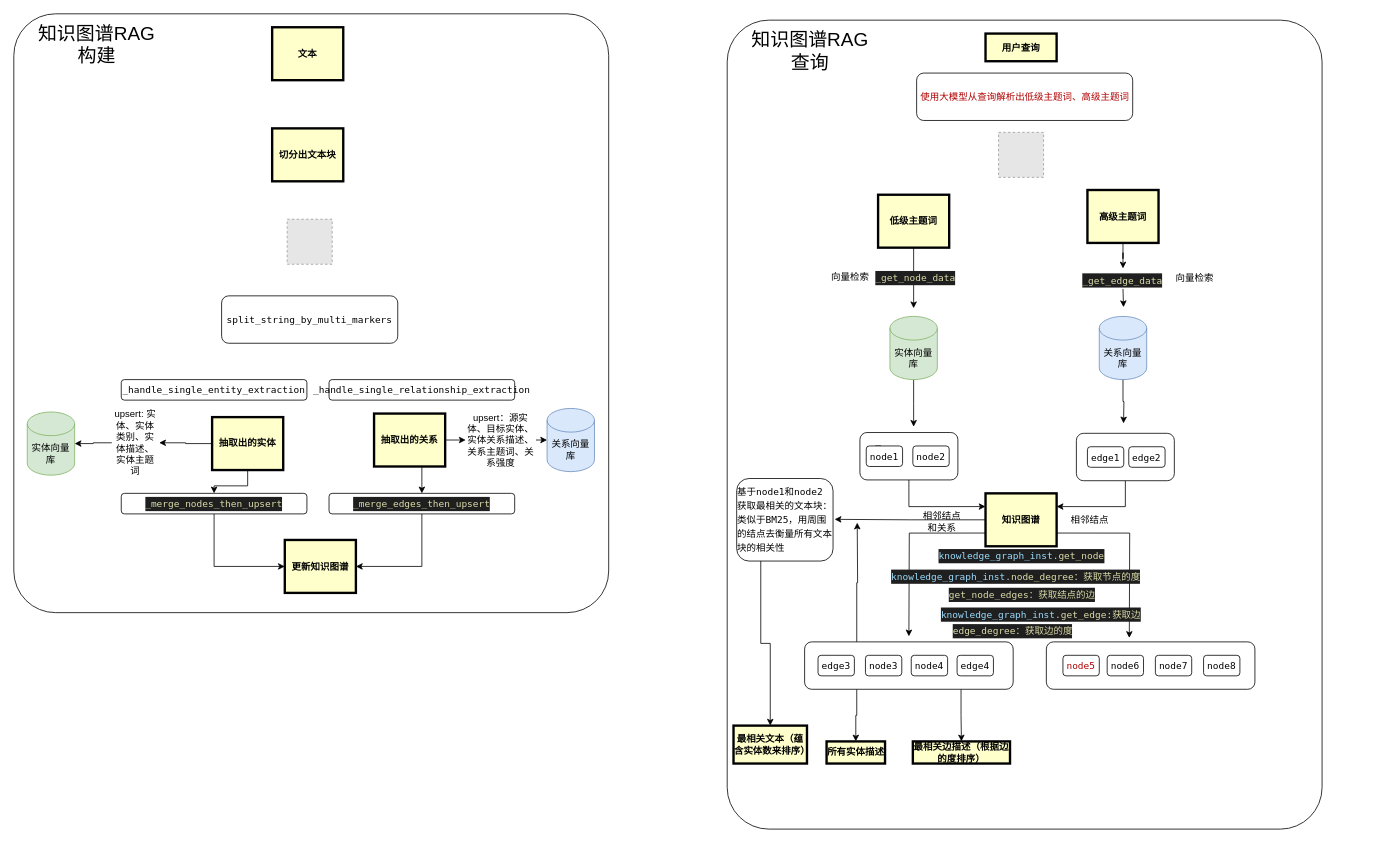
The draw.io diagram 知识图谱RAG.drawio in liweizhen111/GIt-GitHub_Note, before the edit. Source tidied: cells renumbered, new cells numbered last; positions are measured from the earlier drawing's top-left corner, leaving out a move shared by most shapes. Both pictures are drawn from the tidied source at 79%, with x=0, y=0 at pixel (13, 13). Pictures stored in the file or linked from it are replaced by grey dashed boxes.
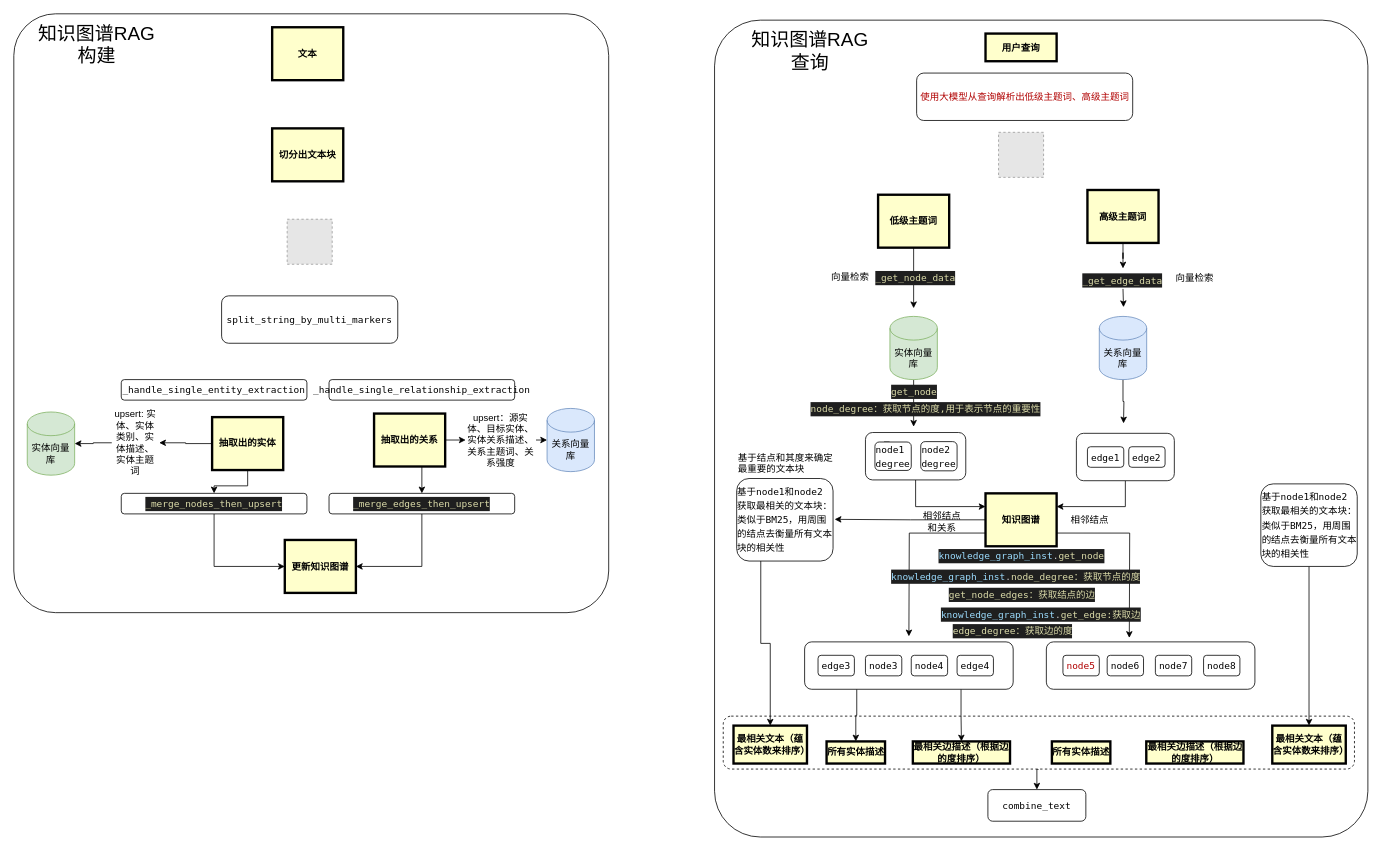
After the change.

Commit message:
更新知识图谱RAG.drawio

Unchanged cells that the change refers to:
```xml
<mxCell id="61" value="&lt;div style=&quot;text-align: start; font-family: Menlo, Monaco, &amp;quot;Courier New&amp;quot;, monospace; line-height: 18px; white-space: pre;&quot;&gt;&lt;br&gt;&lt;/div&gt;" style="rounded=1;whiteSpace=wrap;html=1;" parent="1" vertex="1">
  <mxGeometry x="1001" y="795" width="264" height="60" as="geometry" />
</mxCell>
```

The edit, as a diff of the source:
```diff
@@
+    <mxCell id="23" style="rounded=1;whiteSpace=wrap;html=1;arcSize=7;" parent="1" vertex="1">
+      <mxGeometry x="887" y="8" width="827" height="1034" as="geometry" />
+    </mxCell>
+    <mxCell id="84" style="edgeStyle=orthogonalEdgeStyle;rounded=0;jettySize=auto;html=1;exitX=0.5;exitY=1;exitDx=0;exitDy=0;entryX=0.5;entryY=0;entryDx=0;entryDy=0;" parent="1" edge="1" source="85" target="91">
+      <mxGeometry relative="1" as="geometry" />
+    </mxCell>
+    <mxCell id="85" style="rounded=1;whiteSpace=wrap;html=1;dashed=1;" parent="1" vertex="1">
+      <mxGeometry x="898" y="889" width="799" height="67" as="geometry" />
+    </mxCell>
@@
-    <mxCell id="23" style="rounded=1;whiteSpace=wrap;html=1;arcSize=7;" parent="1" vertex="1">
-      <mxGeometry x="903" y="8" width="753" height="1024" as="geometry" />
-    </mxCell>
@@
     <mxCell id="50" value="&lt;div style=&quot;text-align: start; font-family: Menlo, Monaco, &amp;quot;Courier New&amp;quot;, monospace; line-height: 18px; white-space: pre;&quot;&gt;&lt;br&gt;&lt;/div&gt;" style="rounded=1;whiteSpace=wrap;html=1;" parent="1" vertex="1">
-      <mxGeometry x="1071" y="530" width="124" height="60" as="geometry" />
+      <mxGeometry x="1078" y="530" width="127" height="60" as="geometry" />
     </mxCell>
@@
-    <mxCell id="52" value="&lt;div style=&quot;text-align: start; font-family: Menlo, Monaco, &amp;quot;Courier New&amp;quot;, monospace; line-height: 18px; white-space: pre;&quot;&gt;&lt;div style=&quot;line-height: 18px;&quot;&gt;&lt;span style=&quot;color: rgb(0, 0, 0);&quot;&gt;node1&lt;/span&gt;&lt;/div&gt;&lt;/div&gt;" style="rounded=1;whiteSpace=wrap;html=1;" parent="1" vertex="1">
-      <mxGeometry x="1079" y="547" width="46" height="26" as="geometry" />
+    <mxCell id="52" value="&lt;div style=&quot;text-align: start; font-family: Menlo, Monaco, &amp;quot;Courier New&amp;quot;, monospace; line-height: 18px; white-space: pre;&quot;&gt;&lt;div style=&quot;line-height: 18px;&quot;&gt;&lt;span style=&quot;color: rgb(0, 0, 0);&quot;&gt;node1&lt;/span&gt;&lt;/div&gt;&lt;div style=&quot;line-height: 18px;&quot;&gt;&lt;span style=&quot;color: rgb(0, 0, 0);&quot;&gt;degree&lt;/span&gt;&lt;/div&gt;&lt;/div&gt;" style="rounded=1;whiteSpace=wrap;html=1;" parent="1" vertex="1">
+      <mxGeometry x="1090" y="542" width="46" height="36" as="geometry" />
     </mxCell>
-    <mxCell id="53" value="&lt;div style=&quot;text-align: start; font-family: Menlo, Monaco, &amp;quot;Courier New&amp;quot;, monospace; line-height: 18px; white-space: pre;&quot;&gt;&lt;div style=&quot;line-height: 18px;&quot;&gt;&lt;span style=&quot;color: rgb(0, 0, 0);&quot;&gt;node2&lt;/span&gt;&lt;/div&gt;&lt;/div&gt;" style="rounded=1;whiteSpace=wrap;html=1;" parent="1" vertex="1">
-      <mxGeometry x="1138" y="547" width="46" height="26" as="geometry" />
+    <mxCell id="53" value="&lt;div style=&quot;text-align: start; font-family: Menlo, Monaco, &amp;quot;Courier New&amp;quot;, monospace; line-height: 18px; white-space: pre;&quot;&gt;&lt;div style=&quot;line-height: 18px;&quot;&gt;&lt;span style=&quot;color: rgb(0, 0, 0);&quot;&gt;node2&lt;/span&gt;&lt;/div&gt;&lt;div style=&quot;line-height: 18px;&quot;&gt;&lt;span style=&quot;color: rgb(0, 0, 0);&quot;&gt;degree&lt;/span&gt;&lt;/div&gt;&lt;/div&gt;" style="rounded=1;whiteSpace=wrap;html=1;" parent="1" vertex="1">
+      <mxGeometry x="1148" y="541.5" width="46" height="37" as="geometry" />
     </mxCell>
@@
-    <mxCell id="58" style="edgeStyle=orthogonalEdgeStyle;rounded=0;jettySize=auto;html=1;exitX=0.25;exitY=0;exitDx=0;exitDy=0;" parent="1" edge="1" source="61">
-      <mxGeometry relative="1" as="geometry">
-        <mxPoint x="1067.6" y="644.1" as="targetPoint" />
-      </mxGeometry>
-    </mxCell>
@@
-    <mxCell id="75" value="&lt;div style=&quot;font-style: normal; font-variant-caps: normal; font-weight: normal; letter-spacing: normal; text-align: start; text-indent: 0px; text-transform: none; word-spacing: 0px; -webkit-text-stroke-width: 0px; text-decoration: none; color: rgb(204, 204, 204); background-color: rgb(31, 31, 31); font-family: Menlo, Monaco, &amp;quot;Courier New&amp;quot;, monospace; font-size: 12px; line-height: 18px; white-space: pre;&quot;&gt;&lt;div&gt;&lt;span style=&quot;color: rgb(156, 220, 254);&quot;&gt;knowledge_graph_inst&lt;/span&gt;&lt;span style=&quot;color: rgb(204, 204, 204);&quot;&gt;.&lt;/span&gt;&lt;span style=&quot;color: rgb(220, 220, 170);&quot;&gt;node_degree：获取节点的度&lt;/span&gt;&lt;/div&gt;&lt;/div&gt;" style="text;whiteSpace=wrap;html=1;" parent="1" vertex="1">
+    <mxCell id="75" value="&lt;div style=&quot;font-style: normal; font-variant-caps: normal; font-weight: normal; letter-spacing: normal; text-align: start; text-indent: 0px; text-transform: none; word-spacing: 0px; -webkit-text-stroke-width: 0px; text-decoration: none; color: rgb(204, 204, 204); background-color: rgb(31, 31, 31); font-family: Menlo, Monaco, &amp;quot;Courier New&amp;quot;, monospace; font-size: 12px; line-height: 18px; white-space: pre;&quot;&gt;&lt;span style=&quot;color: rgb(156, 220, 254);&quot;&gt;knowledge_graph_inst&lt;/span&gt;&lt;span style=&quot;caret-color: rgb(204, 204, 204); color: rgb(204, 204, 204);&quot;&gt;.&lt;/span&gt;&lt;span style=&quot;color: rgb(220, 220, 170);&quot;&gt;node_degree：获取节点的度&lt;/span&gt;&lt;br&gt;&lt;/div&gt;" style="text;whiteSpace=wrap;html=1;" parent="1" vertex="1">
       <mxGeometry x="1109" y="697" width="323" height="23.1" as="geometry" />
     </mxCell>
@@
+    <mxCell id="86" value="最相关文本（蕴含实体数来排序）" style="whiteSpace=wrap;align=center;verticalAlign=middle;fontStyle=1;strokeWidth=3;fillColor=#FFFFCC;" parent="1" vertex="1">
+      <mxGeometry x="1593" y="901" width="93" height="48" as="geometry" />
+    </mxCell>
+    <mxCell id="87" value="所有实体描述" style="whiteSpace=wrap;align=center;verticalAlign=middle;fontStyle=1;strokeWidth=3;fillColor=#FFFFCC;" parent="1" vertex="1">
+      <mxGeometry x="1314" y="921" width="74" height="28" as="geometry" />
+    </mxCell>
+    <mxCell id="88" value="最相关边描述（根据边的度排序）" style="whiteSpace=wrap;align=center;verticalAlign=middle;fontStyle=1;strokeWidth=3;fillColor=#FFFFCC;" parent="1" vertex="1">
+      <mxGeometry x="1433.5" y="921" width="123" height="28" as="geometry" />
+    </mxCell>
+    <mxCell id="89" style="edgeStyle=orthogonalEdgeStyle;rounded=0;jettySize=auto;html=1;exitX=0.5;exitY=1;exitDx=0;exitDy=0;entryX=0.5;entryY=0;entryDx=0;entryDy=0;" parent="1" edge="1" source="90" target="86">
+      <mxGeometry relative="1" as="geometry" />
+    </mxCell>
+    <mxCell id="90" value="&lt;div style=&quot;text-align: start; font-family: Menlo, Monaco, &amp;quot;Courier New&amp;quot;, monospace; line-height: 18px; white-space: pre;&quot;&gt;基于node1和node2&lt;/div&gt;&lt;div style=&quot;text-align: start; font-family: Menlo, Monaco, &amp;quot;Courier New&amp;quot;, monospace; line-height: 18px; white-space: pre;&quot;&gt;获取最相关的文本块：&lt;/div&gt;&lt;div style=&quot;text-align: start; font-family: Menlo, Monaco, &amp;quot;Courier New&amp;quot;, monospace; line-height: 18px; white-space: pre;&quot;&gt;类似于BM25，用周围&lt;/div&gt;&lt;div style=&quot;text-align: start; font-family: Menlo, Monaco, &amp;quot;Courier New&amp;quot;, monospace; line-height: 18px; white-space: pre;&quot;&gt;的结点去衡量所有文本&lt;/div&gt;&lt;div style=&quot;text-align: start; font-family: Menlo, Monaco, &amp;quot;Courier New&amp;quot;, monospace; line-height: 18px; white-space: pre;&quot;&gt;块的相关性&lt;/div&gt;" style="rounded=1;whiteSpace=wrap;html=1;" parent="1" vertex="1">
+      <mxGeometry x="1578.5" y="595" width="122" height="104.5" as="geometry" />
+    </mxCell>
+    <mxCell id="91" value="&lt;div style=&quot;text-align: start; font-family: Menlo, Monaco, &amp;quot;Courier New&amp;quot;, monospace; line-height: 18px; white-space: pre;&quot;&gt;combine_text&lt;/div&gt;" style="rounded=1;whiteSpace=wrap;html=1;" parent="1" vertex="1">
+      <mxGeometry x="1233" y="982" width="124" height="40" as="geometry" />
+    </mxCell>
+    <mxCell id="92" value="&lt;div style=&quot;font-style: normal; font-variant-caps: normal; font-weight: normal; letter-spacing: normal; text-align: start; text-indent: 0px; text-transform: none; word-spacing: 0px; -webkit-text-stroke-width: 0px; text-decoration: none; color: rgb(204, 204, 204); background-color: rgb(31, 31, 31); font-family: Menlo, Monaco, &amp;quot;Courier New&amp;quot;, monospace; font-size: 12px; line-height: 18px; white-space: pre;&quot;&gt;&lt;div&gt;&lt;span style=&quot;color: rgb(220, 220, 170);&quot;&gt;get_node&lt;/span&gt;&lt;/div&gt;&lt;/div&gt;" style="text;whiteSpace=wrap;html=1;" parent="1" vertex="1">
+      <mxGeometry x="1109" y="463.4" width="62.2" height="26" as="geometry" />
+    </mxCell>
+    <mxCell id="93" value="&lt;div style=&quot;font-style: normal; font-variant-caps: normal; font-weight: normal; letter-spacing: normal; text-align: start; text-indent: 0px; text-transform: none; word-spacing: 0px; -webkit-text-stroke-width: 0px; text-decoration: none; color: rgb(204, 204, 204); background-color: rgb(31, 31, 31); font-family: Menlo, Monaco, &amp;quot;Courier New&amp;quot;, monospace; font-size: 12px; line-height: 18px; white-space: pre;&quot;&gt;&lt;span style=&quot;color: rgb(220, 220, 170);&quot;&gt;node_degree：获取节点的度,用于表示节点的重要性&lt;/span&gt;&lt;br&gt;&lt;/div&gt;" style="text;whiteSpace=wrap;html=1;" parent="1" vertex="1">
+      <mxGeometry x="1006.8" y="485" width="164.5" height="23.1" as="geometry" />
+    </mxCell>
+    <mxCell id="94" value="基于结点和其度来确定最重要的文本块" style="text;whiteSpace=wrap;" parent="1" vertex="1">
+      <mxGeometry x="915" y="547.8" width="124.7" height="24.4" as="geometry" />
+    </mxCell>
```
